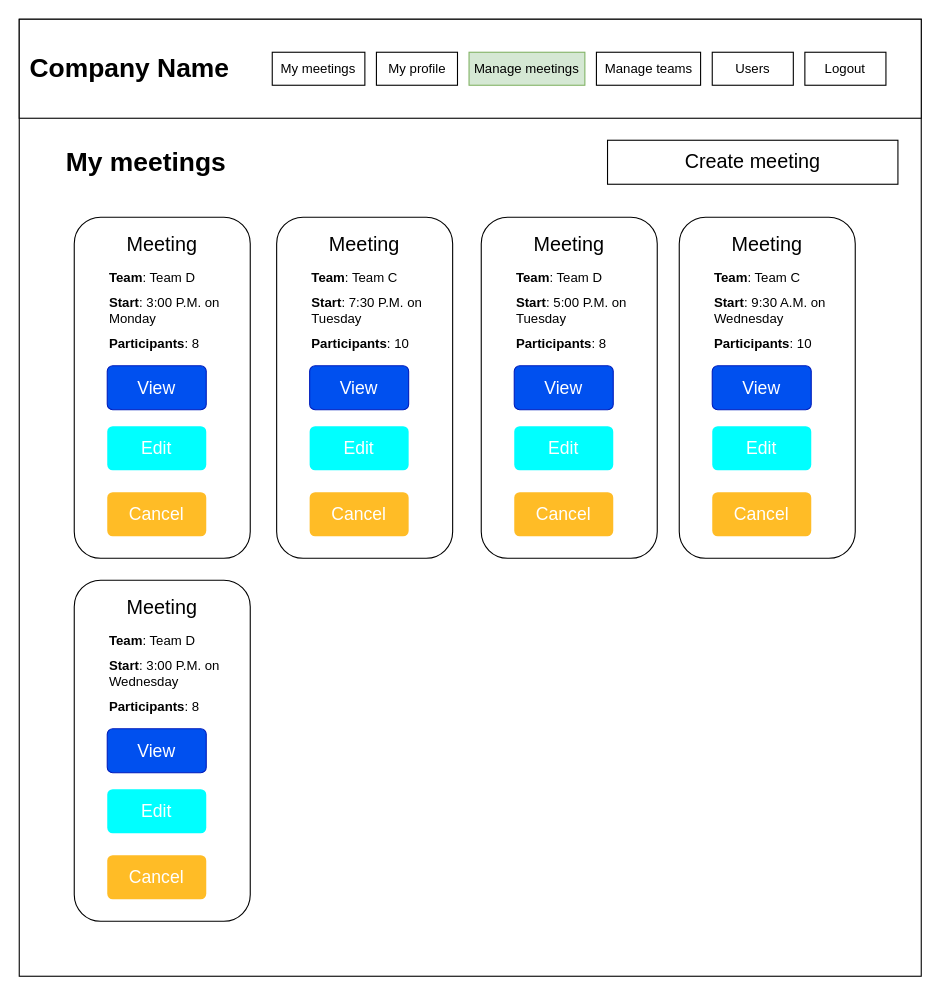
Above: Dokumentáció/DrawIO files/manage_meetings_scrum_master_view.drawio in gyorkistamas/afp2-2023-tavasz-stopinventing (draw.io), before the change. Source tidied: cells renumbered, new cells numbered last; positions are measured from the earlier drawing's top-left corner, leaving out a move shared by most shapes. Both pictures are drawn from the tidied source at 110%, with x=0, y=0 at pixel (19, 19).
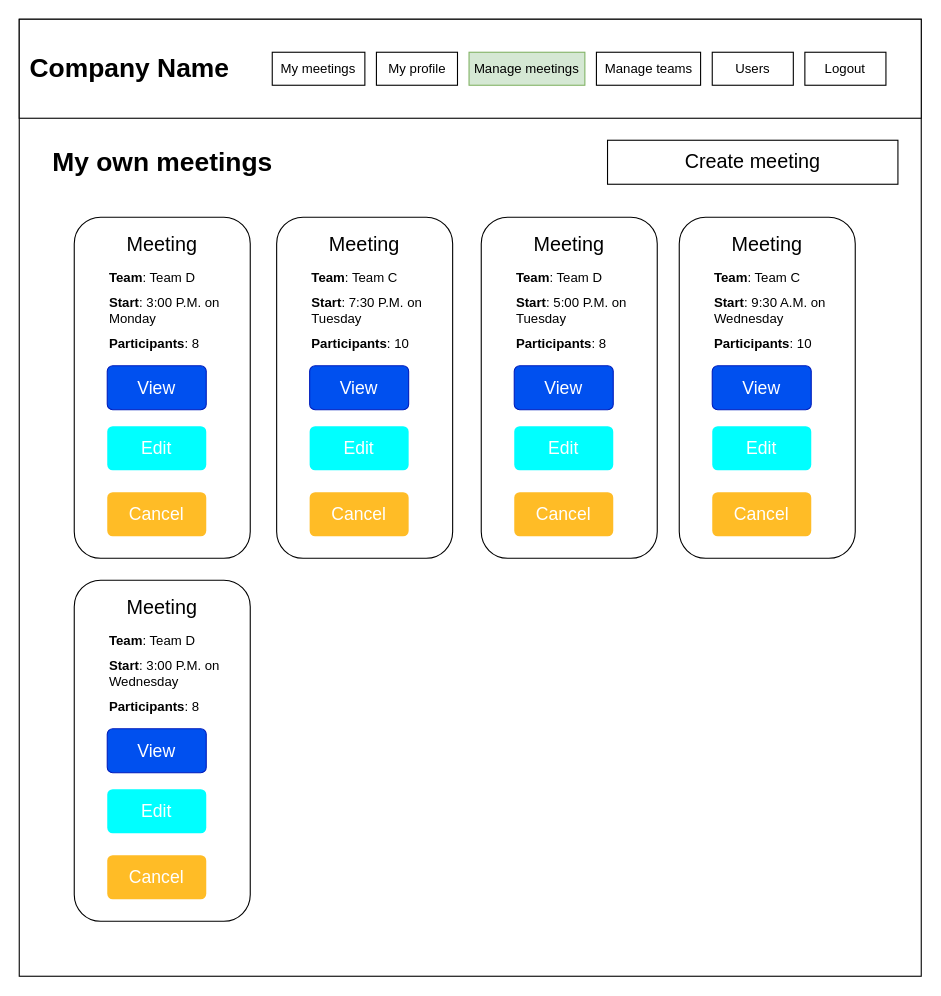
The same diagram, later.

Change to the diagram source:
```diff
@@
-    <mxCell id="3" value="My meetings" style="text;strokeColor=none;fillColor=none;html=1;fontSize=24;fontStyle=1;verticalAlign=middle;align=center;" parent="1" vertex="1">
-      <mxGeometry x="10" y="110" width="210" height="40" as="geometry" />
+    <mxCell id="3" value="My own meetings" style="text;strokeColor=none;fillColor=none;html=1;fontSize=24;fontStyle=1;verticalAlign=middle;align=center;" parent="1" vertex="1">
+      <mxGeometry x="25" y="110" width="210" height="40" as="geometry" />
     </mxCell>
```
